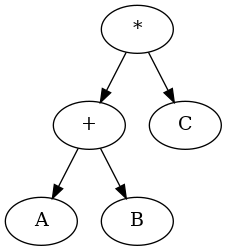
Earlier version of the Graphviz export ClienteEjercicio/arbol.png (waliray123/AplicacionAtributosSintetizados). Its source is kept beside it as ClienteEjercicio/arbol.dot.
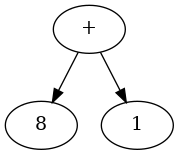
After the change.

What changed in the source:
```diff
@@ -1,11 +1,7 @@
 digraph G {
-node5[label = "*"];
 node3[label = "+"];
-node5 -> node3;
-node1[label = "A"];
+node1[label = "8"];
 node3 -> node1;
-node2[label = "B"];
+node2[label = "1"];
 node3 -> node2;
-node4[label = "C"];
-node5 -> node4;
 }
```
